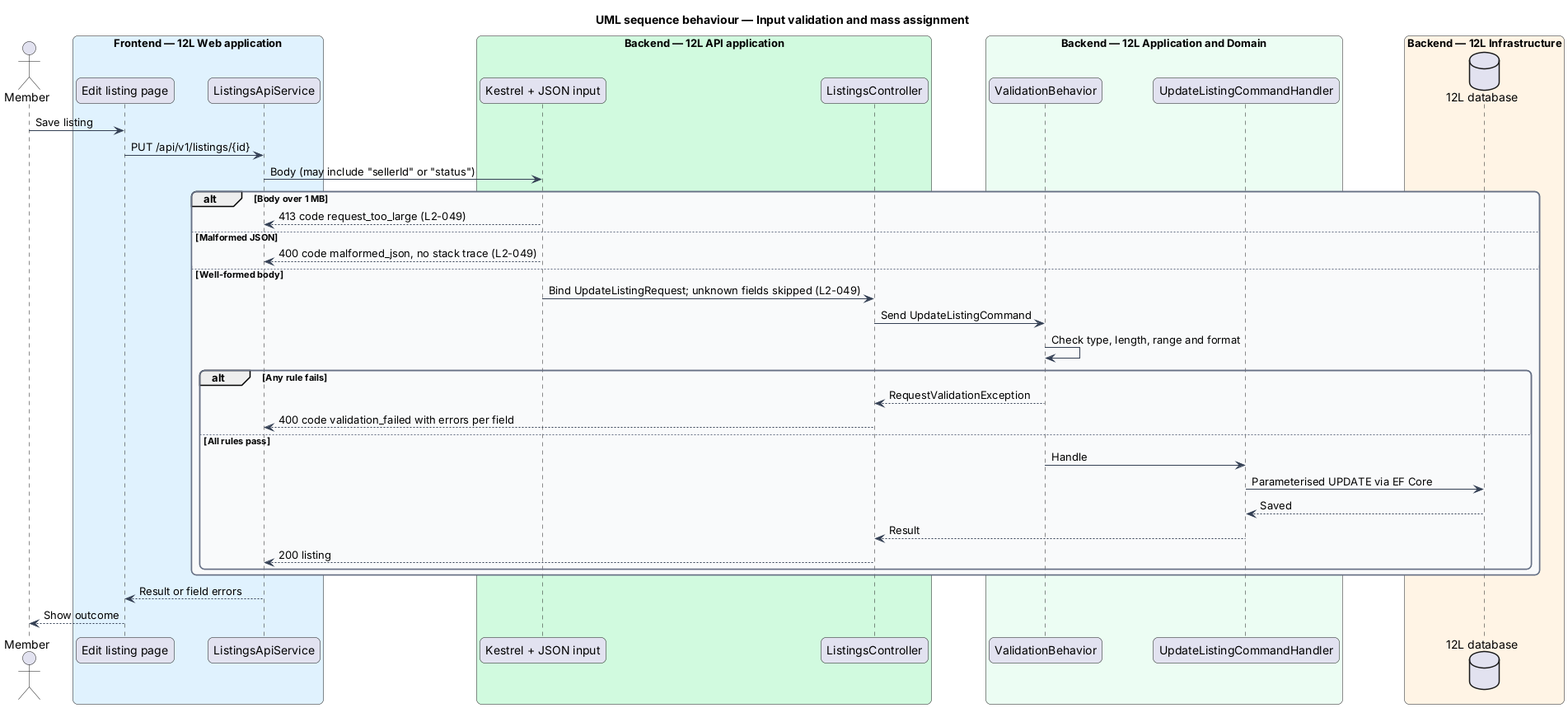
Earlier version of the PlantUML export docs/detailed-designs/platform/harden-http-and-api/diagrams/sequence-input-validation.png (QuinntyneBrown/12l).
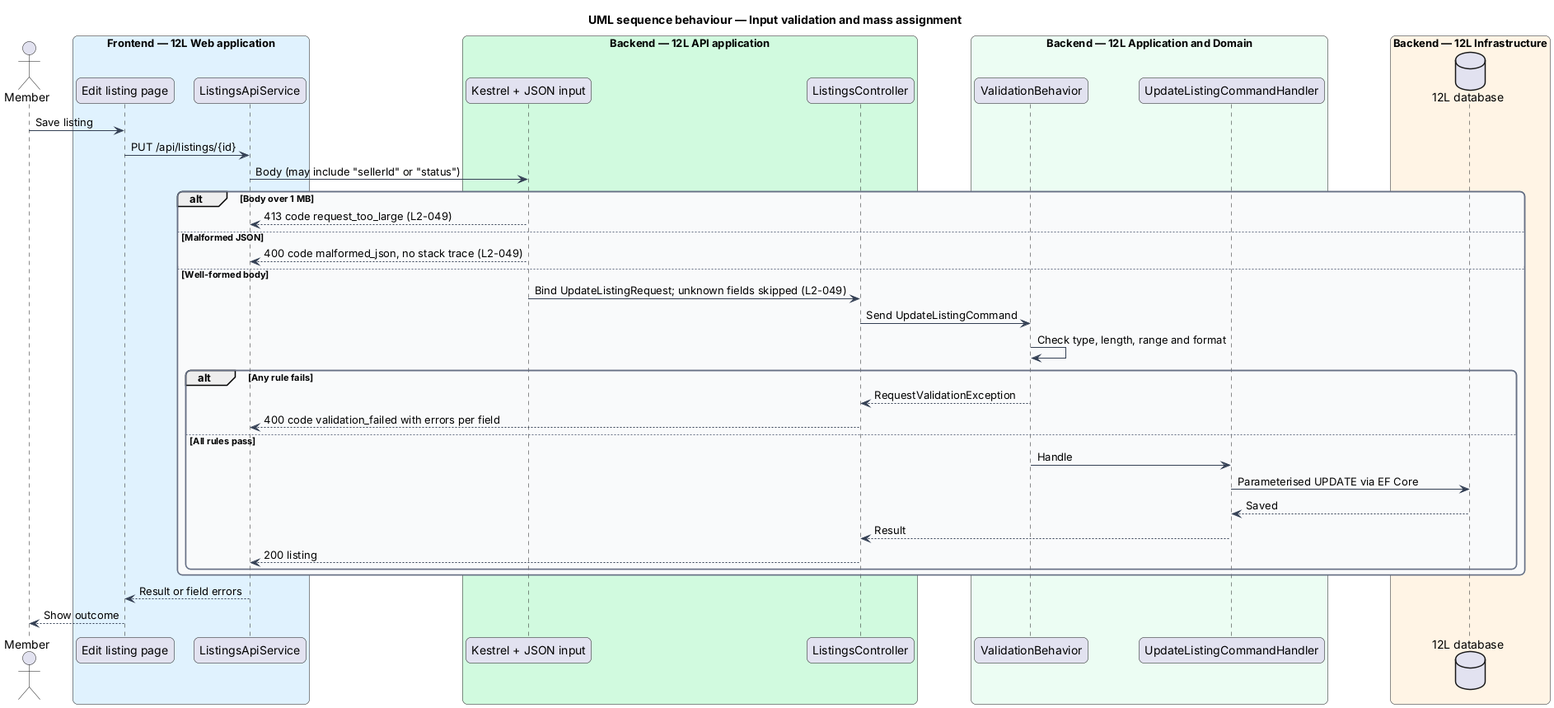
The same file after the commit.

Change to the diagram source:
```diff
@@ -31,7 +31,7 @@
   database "12L database" as db
 end box
 actor -> page : Save listing
-page -> client : PUT /api/v1/listings/{id}
+page -> client : PUT /api/listings/{id}
 client -> kestrel : Body (may include "sellerId" or "status")
 alt Body over 1 MB
   kestrel --> client : 413 code request_too_large (L2-049)
```
